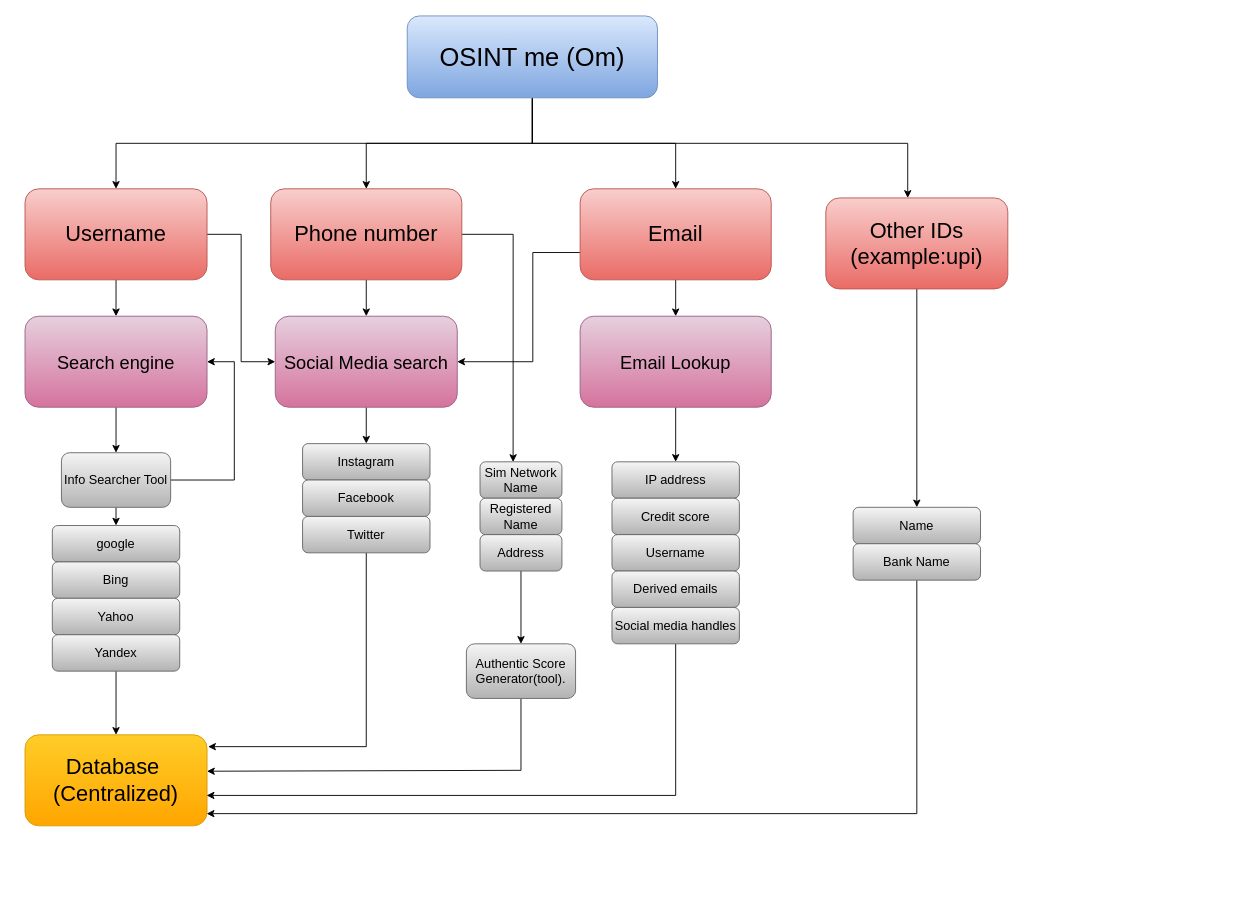
0xaL4te/Om keeps this draw.io diagram as Hackathon.drawio. Above is the earlier version. Source tidied: cells renumbered, new cells numbered last; positions are measured from the earlier drawing's top-left corner, leaving out a move shared by most shapes. Both pictures are drawn from the tidied source at 91%, with x=0, y=0 at pixel (25, 15).
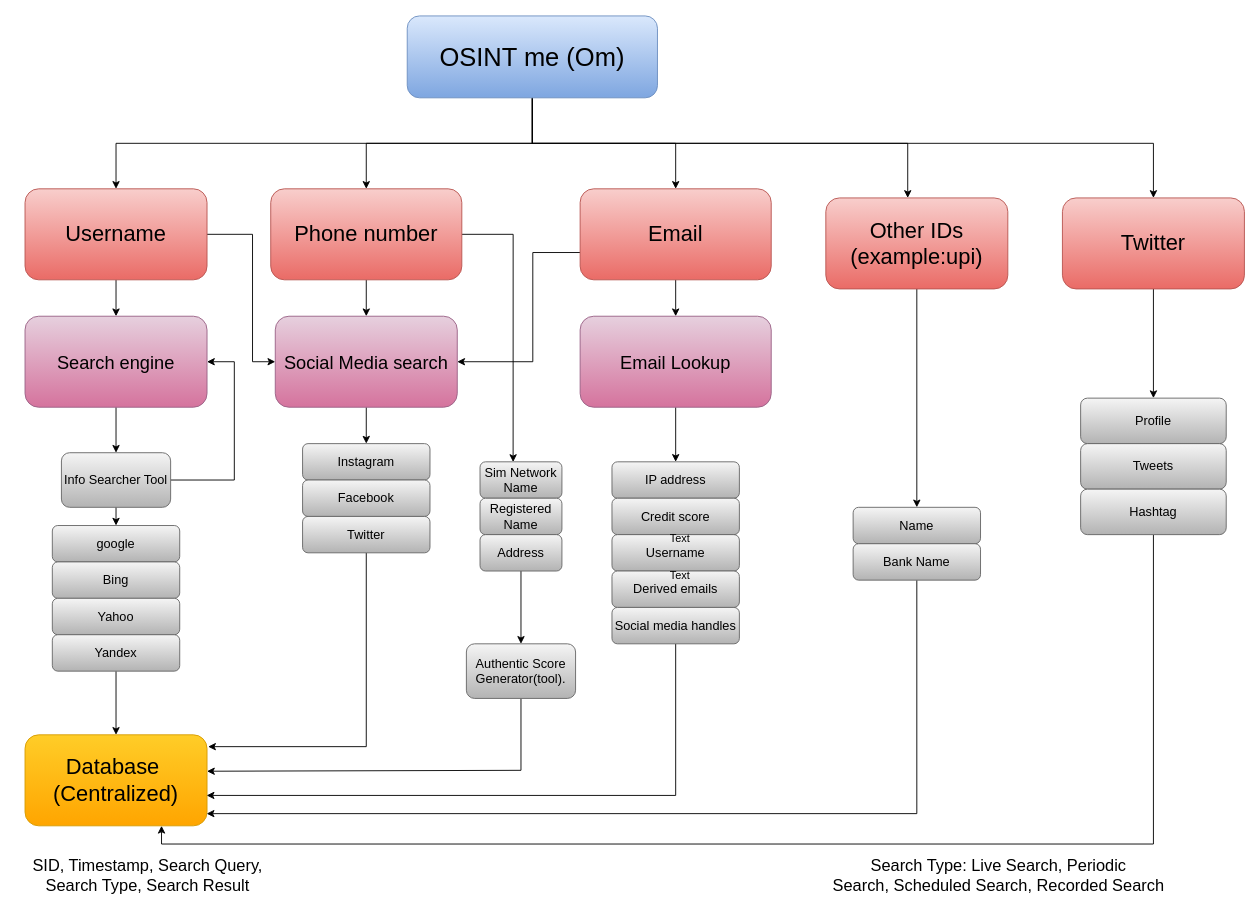
Above is the later version.

Unchanged cells that the change refers to:
```xml
<mxCell id="4" value="&lt;font style=&quot;font-size: 24px;&quot;&gt;Username&lt;/font&gt;" style="rounded=1;whiteSpace=wrap;html=1;fillColor=#f8cecc;gradientColor=#ea6b66;strokeColor=#b85450;" parent="1" vertex="1">
  <mxGeometry y="190" width="200" height="100" as="geometry" />
</mxCell>
<mxCell id="11" value="&lt;font style=&quot;font-size: 24px;&quot;&gt;Database&amp;nbsp;&lt;br&gt;(Centralized)&lt;br&gt;&lt;/font&gt;" style="rounded=1;whiteSpace=wrap;html=1;fillColor=#ffcd28;gradientColor=#ffa500;strokeColor=#d79b00;" parent="1" vertex="1">
  <mxGeometry y="790" width="200" height="100" as="geometry" />
</mxCell>
<mxCell id="20" value="&lt;font style=&quot;font-size: 20px;&quot;&gt;Social Media search&lt;/font&gt;" style="rounded=1;whiteSpace=wrap;html=1;fillColor=#e6d0de;gradientColor=#d5739d;strokeColor=#996185;" parent="1" vertex="1">
  <mxGeometry x="275" y="330" width="200" height="100" as="geometry" />
</mxCell>
<mxCell id="46" value="&lt;font style=&quot;font-size: 28px;&quot;&gt;OSINT me (Om)&lt;/font&gt;" style="rounded=1;whiteSpace=wrap;html=1;fillColor=#dae8fc;gradientColor=#7ea6e0;strokeColor=#6c8ebf;" parent="1" vertex="1">
  <mxGeometry x="420" width="275" height="90" as="geometry" />
</mxCell>
```

Change to the diagram source:
```diff
@@
     <mxCell id="3" style="edgeStyle=orthogonalEdgeStyle;rounded=0;jettySize=auto;html=1;entryX=0;entryY=0.5;entryDx=0;entryDy=0;" parent="1" edge="1" source="4" target="20">
-      <mxGeometry relative="1" as="geometry" />
+      <mxGeometry relative="1" as="geometry">
+        <Array as="points">
+          <mxPoint x="250" y="240" />
+          <mxPoint x="250" y="380" />
+        </Array>
+      </mxGeometry>
     </mxCell>
@@
+    <mxCell id="53" style="edgeStyle=orthogonalEdgeStyle;rounded=0;jettySize=auto;html=1;exitX=0.5;exitY=1;exitDx=0;exitDy=0;" parent="1" edge="1" source="46" target="55">
+      <mxGeometry relative="1" as="geometry">
+        <Array as="points">
+          <mxPoint x="558" y="140" />
+          <mxPoint x="1240" y="140" />
+        </Array>
+      </mxGeometry>
+    </mxCell>
@@
+    <mxCell id="54" style="edgeStyle=orthogonalEdgeStyle;rounded=0;jettySize=auto;html=1;exitX=0.5;exitY=1;exitDx=0;exitDy=0;entryX=0.5;entryY=0;entryDx=0;entryDy=0;" parent="1" edge="1" source="55" target="56">
+      <mxGeometry relative="1" as="geometry" />
+    </mxCell>
+    <mxCell id="55" value="&lt;span style=&quot;font-size: 24px;&quot;&gt;Twitter&lt;br&gt;&lt;/span&gt;" style="rounded=1;whiteSpace=wrap;html=1;fillColor=#f8cecc;gradientColor=#ea6b66;strokeColor=#b85450;" parent="1" vertex="1">
+      <mxGeometry x="1140" y="200" width="200" height="100" as="geometry" />
+    </mxCell>
+    <mxCell id="56" value="Profile" style="rounded=1;whiteSpace=wrap;html=1;fillColor=#f5f5f5;gradientColor=#b3b3b3;strokeColor=#666666;fontSize=14;" parent="1" vertex="1">
+      <mxGeometry x="1160" y="420" width="160" height="50" as="geometry" />
+    </mxCell>
+    <mxCell id="57" value="Tweets" style="rounded=1;whiteSpace=wrap;html=1;fillColor=#f5f5f5;gradientColor=#b3b3b3;strokeColor=#666666;fontSize=14;" parent="1" vertex="1">
+      <mxGeometry x="1160" y="470" width="160" height="50" as="geometry" />
+    </mxCell>
+    <mxCell id="58" style="edgeStyle=orthogonalEdgeStyle;rounded=0;jettySize=auto;html=1;exitX=0.5;exitY=1;exitDx=0;exitDy=0;entryX=0.75;entryY=1;entryDx=0;entryDy=0;" parent="1" edge="1" source="59" target="11">
+      <mxGeometry relative="1" as="geometry" />
+    </mxCell>
+    <mxCell id="59" value="Hashtag" style="rounded=1;whiteSpace=wrap;html=1;fillColor=#f5f5f5;gradientColor=#b3b3b3;strokeColor=#666666;fontSize=14;" parent="1" vertex="1">
+      <mxGeometry x="1160" y="520" width="160" height="50" as="geometry" />
+    </mxCell>
+    <mxCell id="60" value="Text" style="text;html=1;strokeColor=none;fillColor=none;align=center;verticalAlign=middle;whiteSpace=wrap;rounded=0;" parent="1" vertex="1">
+      <mxGeometry x="690" y="600" width="60" height="30" as="geometry" />
+    </mxCell>
+    <mxCell id="61" value="&lt;span style=&quot;font-size: 18px;&quot;&gt;SID, Timestamp, Search Query,&lt;/span&gt;&lt;br style=&quot;font-size: 18px;&quot;&gt;&lt;span style=&quot;font-size: 18px;&quot;&gt;Search Type, Search Result&lt;/span&gt;" style="text;html=1;strokeColor=none;fillColor=none;align=center;verticalAlign=middle;whiteSpace=wrap;rounded=0;" parent="1" vertex="1">
+      <mxGeometry x="-10" y="930" width="290" height="30" as="geometry" />
+    </mxCell>
+    <mxCell id="62" value="Text" style="text;html=1;strokeColor=none;fillColor=none;align=center;verticalAlign=middle;whiteSpace=wrap;rounded=0;" parent="1" vertex="1">
+      <mxGeometry x="690" y="560" width="60" height="30" as="geometry" />
+    </mxCell>
+    <mxCell id="63" value="&lt;span style=&quot;font-size: 18px;&quot;&gt;Search Type: Live Search, Periodic Search,&amp;nbsp;Scheduled Search, Recorded Search&lt;/span&gt;" style="text;html=1;strokeColor=none;fillColor=none;align=center;verticalAlign=middle;whiteSpace=wrap;rounded=0;" parent="1" vertex="1">
+      <mxGeometry x="880" y="930" width="380" height="30" as="geometry" />
+    </mxCell>
```
